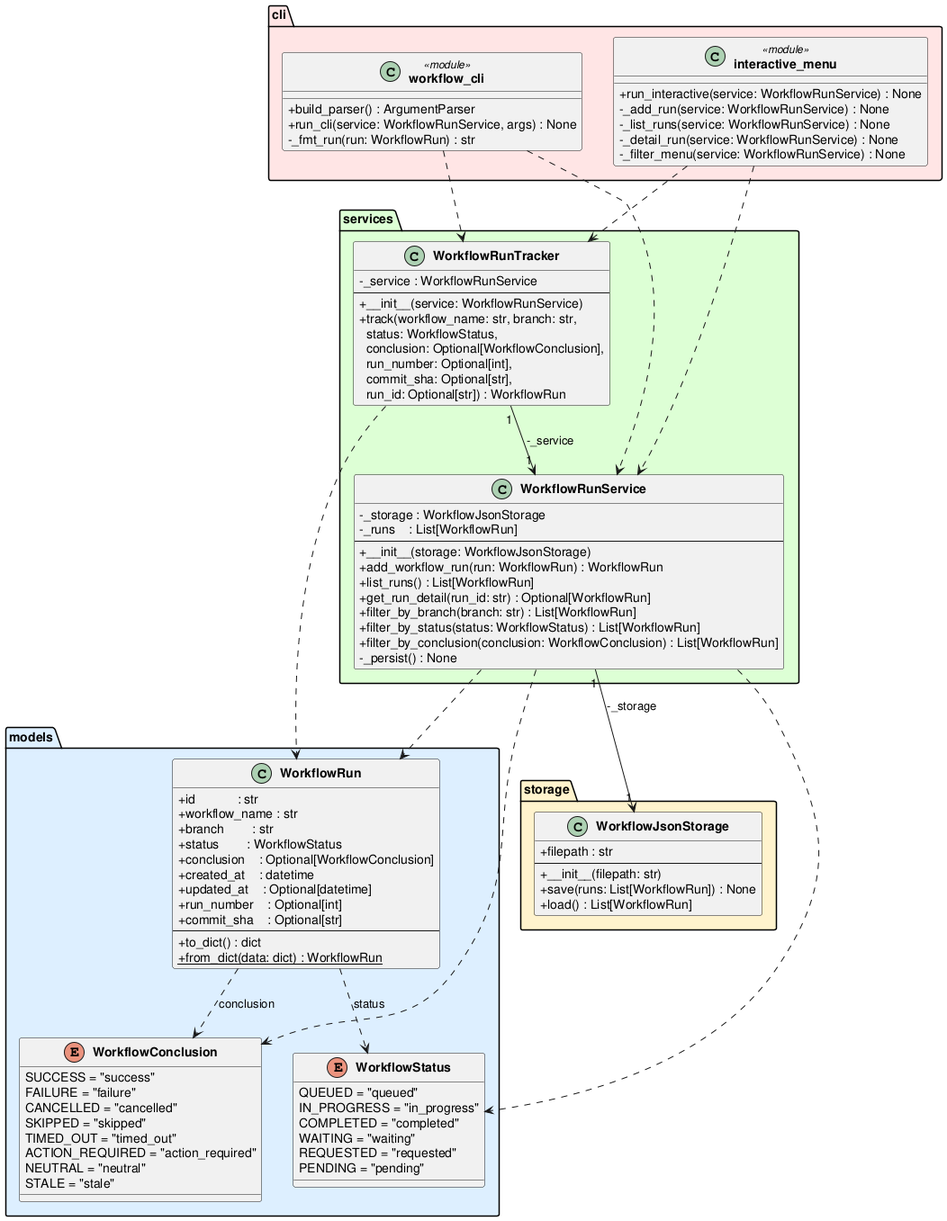
Earlier version of the PlantUML export experiments/pipeline/test_driven/github-workflow-manager/artifacts/class_diagram.png (DanielRiha8906/Software_autoevolution_using_agents).
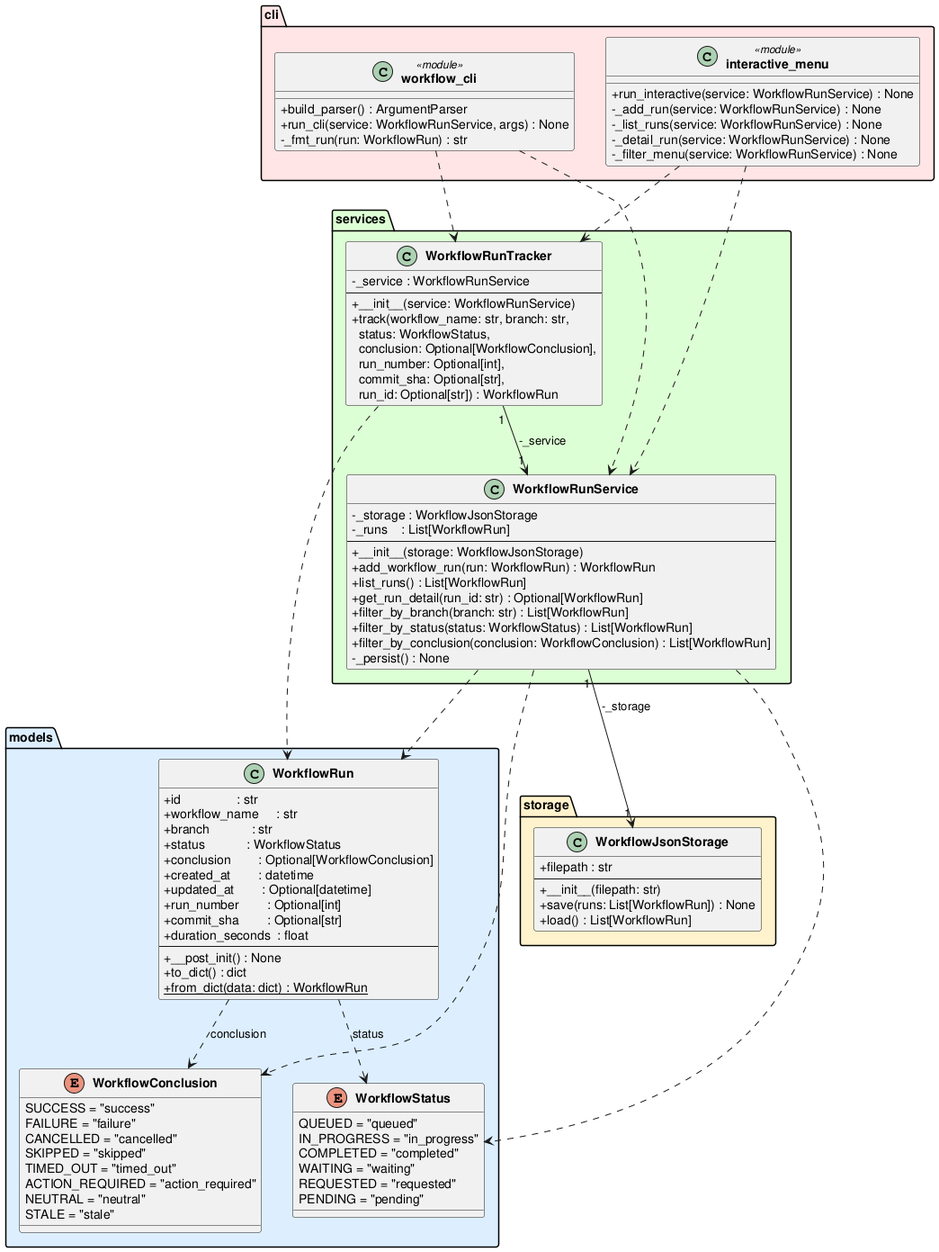
After the change.

Change to the diagram source:
```diff
@@ -25,16 +25,18 @@
     }
 
     class WorkflowRun {
-        +id            : str
-        +workflow_name : str
-        +branch        : str
-        +status        : WorkflowStatus
-        +conclusion    : Optional[WorkflowConclusion]
-        +created_at    : datetime
-        +updated_at    : Optional[datetime]
-        +run_number    : Optional[int]
-        +commit_sha    : Optional[str]
+        +id                : str
+        +workflow_name     : str
+        +branch            : str
+        +status            : WorkflowStatus
+        +conclusion        : Optional[WorkflowConclusion]
+        +created_at        : datetime
+        +updated_at        : Optional[datetime]
+        +run_number        : Optional[int]
+        +commit_sha        : Optional[str]
+        +duration_seconds  : float
         --
+        +__post_init() : None
         +to_dict() : dict
         +{static} from_dict(data: dict) : WorkflowRun
     }
```
